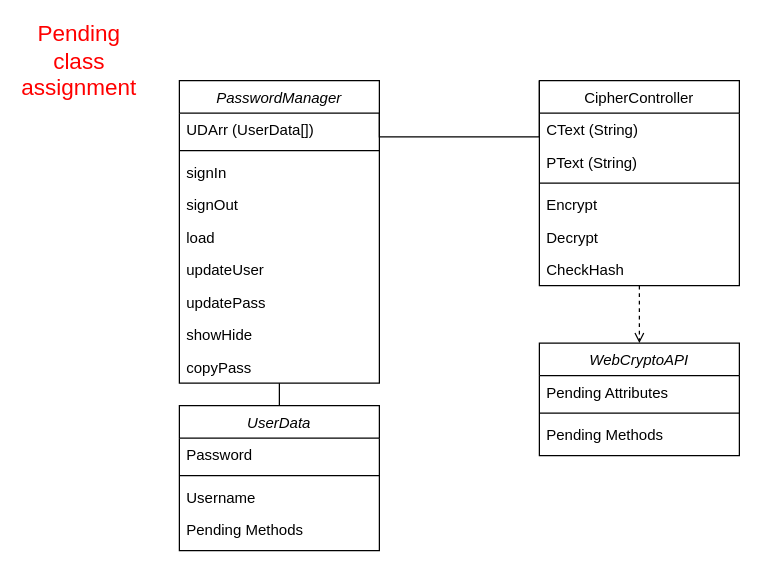
Earlier version of the draw.io diagram 1004Classes.drawio (CentralC0re/COMP1004). Source tidied: cells renumbered, new cells numbered last; positions are measured from the earlier drawing's top-left corner, leaving out a move shared by most shapes. Both pictures are drawn from the tidied source at 125%, with x=0, y=0 at pixel (41, 42).
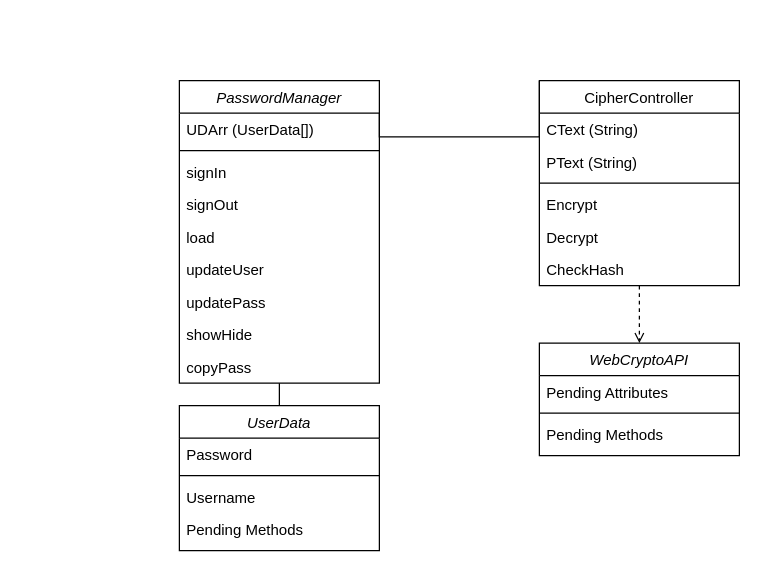
Above is the later version.

Diff of the diagram source:
```diff
@@
-    <mxCell id="21" value="&lt;font style=&quot;font-size: 18px;&quot; color=&quot;#ff0000&quot;&gt;Pending class assignment&lt;/font&gt;" style="text;html=1;strokeColor=none;fillColor=none;align=center;verticalAlign=middle;whiteSpace=wrap;rounded=0;" parent="1" vertex="1">
-      <mxGeometry width="60" height="30" as="geometry" />
-    </mxCell>
```
